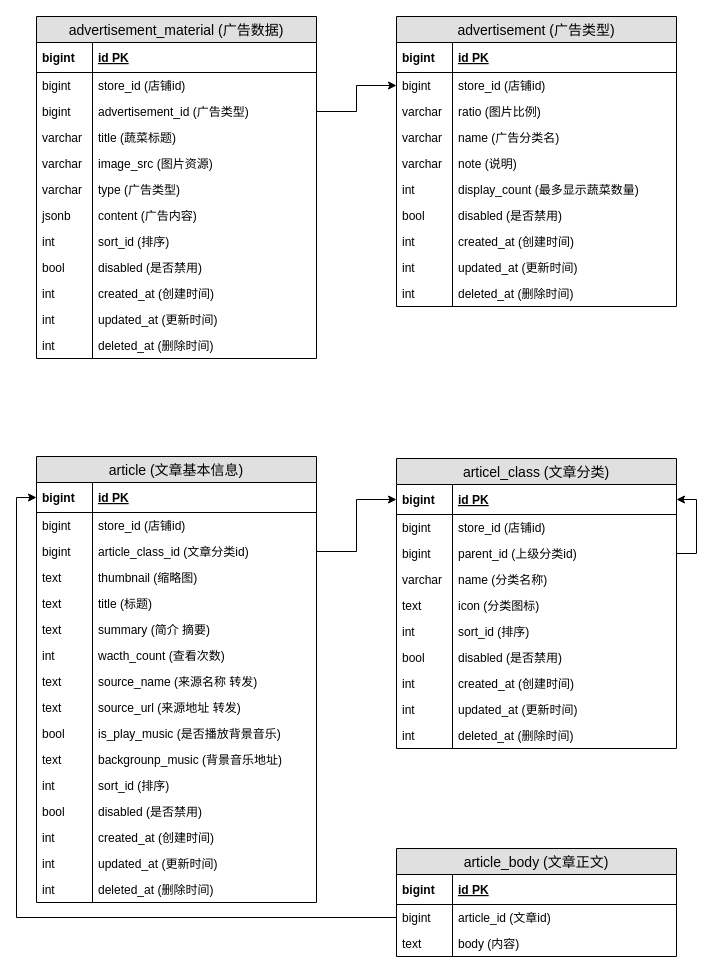
HuangYongXuan/saas-draw keeps this draw.io diagram as 广告管理.drawio. Above is the earlier version. Source tidied: cells renumbered, new cells numbered last; positions are measured from the earlier drawing's top-left corner, leaving out a move shared by most shapes. Both pictures are drawn from the tidied source at 100%, with x=0, y=0 at pixel (36, 16).
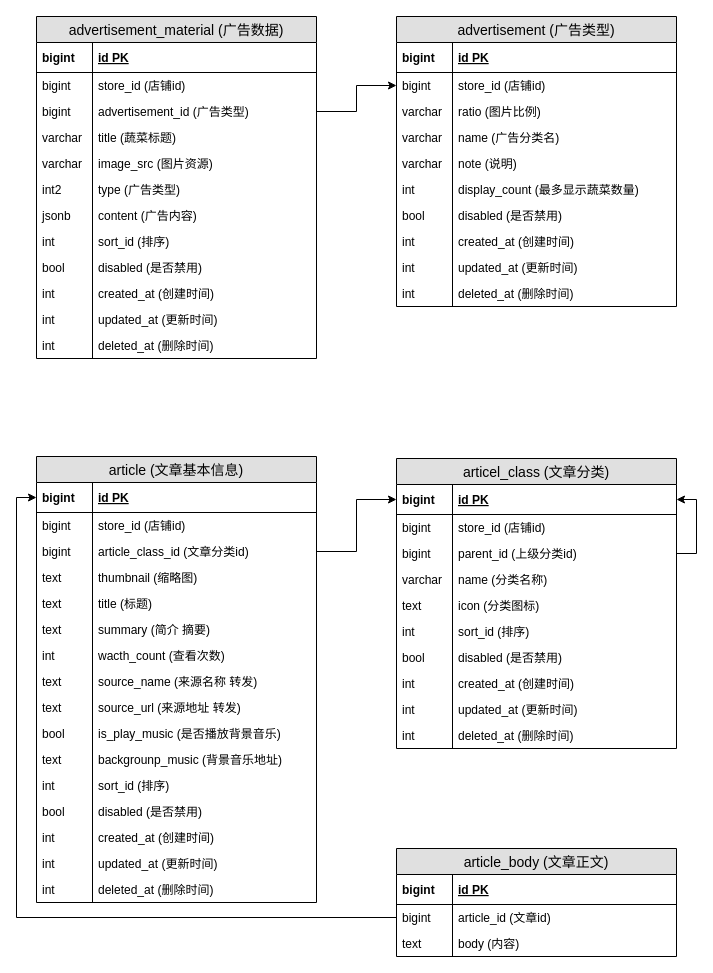
After the change.

Commit message:
更新广告管理.drawio

The change refers to these unchanged cells:
```xml
<mxCell id="34" value="type (广告类型)" style="shape=partialRectangle;top=0;left=0;right=0;bottom=0;align=left;verticalAlign=top;fillColor=none;spacingLeft=60;spacingRight=4;overflow=hidden;fontSize=12;" parent="23" vertex="1">
  <mxGeometry y="160" width="280" height="26" as="geometry" />
</mxCell>
```

The edit, as a diff of the source:
```diff
@@
-    <mxCell id="35" value="varchar" style="shape=partialRectangle;top=0;left=0;bottom=0;fillColor=none;align=left;verticalAlign=top;spacingLeft=4;spacingRight=4;overflow=hidden;fontSize=12;" parent="34" vertex="1">
+    <mxCell id="35" value="int2" style="shape=partialRectangle;top=0;left=0;bottom=0;fillColor=none;align=left;verticalAlign=top;spacingLeft=4;spacingRight=4;overflow=hidden;fontSize=12;" parent="34" vertex="1">
       <mxGeometry width="56" height="26" as="geometry" />
     </mxCell>
```
